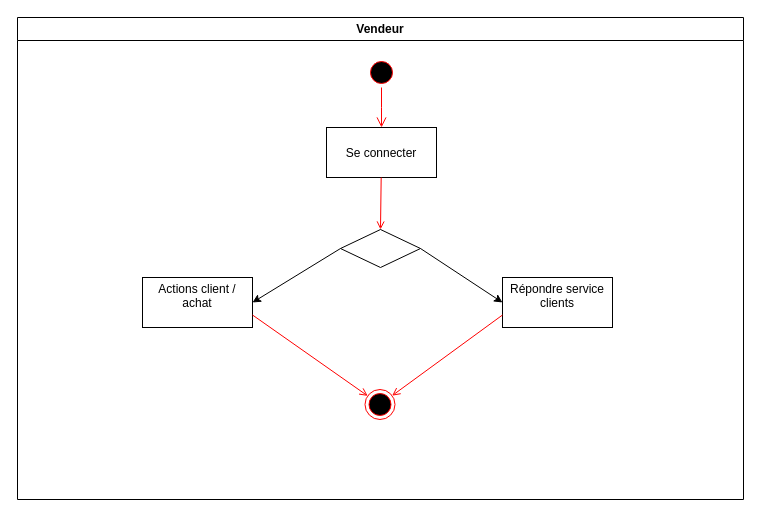
This is Activity vendeur.drawio from othman3492/p4uml, a draw.io file, before an edit. Source tidied: cells renumbered, new cells numbered last; positions are measured from the earlier drawing's top-left corner, leaving out a move shared by most shapes. Both pictures are drawn from the tidied source at 100%, with x=0, y=0 at pixel (17, 17).
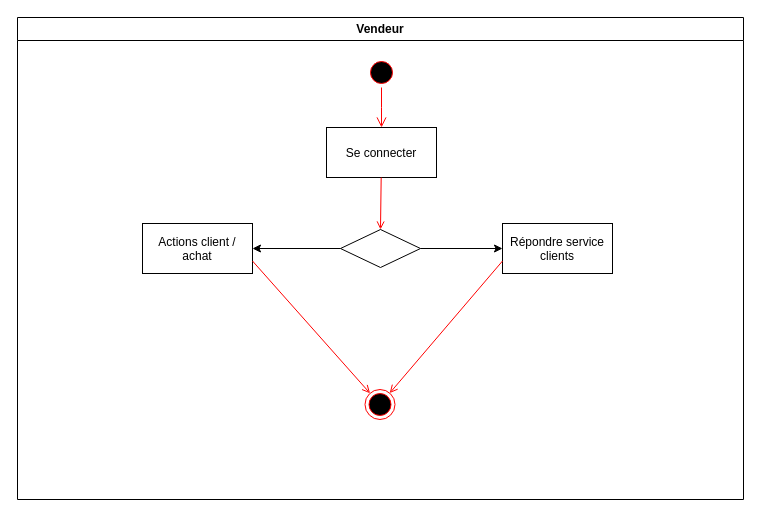
After the change.

What changed in the source:
```diff
@@
 <mxGraphModel background="#ffffff">
   <root>
     <mxCell id="0" />
     <mxCell id="1" parent="0" />
     <mxCell id="2" value="Vendeur" style="swimlane;whiteSpace=wrap;startSize=23;" parent="1" vertex="1">
       <mxGeometry width="726" height="482" as="geometry" />
     </mxCell>
     <mxCell id="3" style="ellipse;shape=startState;fillColor=#000000;strokeColor=#ff0000;" parent="2" vertex="1">
       <mxGeometry x="349" y="40" width="30" height="30" as="geometry" />
     </mxCell>
     <mxCell id="4" style="edgeStyle=elbowEdgeStyle;elbow=horizontal;verticalAlign=bottom;endArrow=open;endSize=8;strokeColor=#FF0000;endFill=1;rounded=0;" parent="2" edge="1" source="3" target="5">
       <mxGeometry x="349" y="40" as="geometry" />
     </mxCell>
     <mxCell id="5" value="Se connecter" parent="2" vertex="1">
       <mxGeometry x="309" y="110" width="110" height="50" as="geometry" />
     </mxCell>
     <mxCell id="6" style="endArrow=open;strokeColor=#FF0000;endFill=1;rounded=0;entryX=0.5;entryY=0;entryDx=0;entryDy=0;" parent="2" edge="1" source="5" target="8">
       <mxGeometry relative="1" as="geometry" />
     </mxCell>
-    <mxCell id="7" value="Actions client /&#10;achat&#10;" parent="2" vertex="1">
-      <mxGeometry x="125" y="260" width="110" height="50" as="geometry" />
+    <mxCell id="7" value="Actions client /&#10;achat" parent="2" vertex="1">
+      <mxGeometry x="125" y="206" width="110" height="50" as="geometry" />
     </mxCell>
     <mxCell id="8" style="rhombus;whiteSpace=wrap;html=1;" parent="2" vertex="1">
       <mxGeometry x="323" y="212" width="80" height="38" as="geometry" />
     </mxCell>
-    <mxCell id="9" value="Répondre service&#10;clients&#10;" parent="2" vertex="1">
-      <mxGeometry x="485" y="260" width="110" height="50" as="geometry" />
+    <mxCell id="9" value="Répondre service&#10;clients" parent="2" vertex="1">
+      <mxGeometry x="485" y="206" width="110" height="50" as="geometry" />
     </mxCell>
     <mxCell id="10" style="ellipse;html=1;shape=endState;fillColor=#000000;strokeColor=#ff0000;" parent="2" vertex="1">
       <mxGeometry x="347.5" y="372" width="30" height="30" as="geometry" />
     </mxCell>
     <mxCell id="11" style="endArrow=classic;html=1;exitX=0;exitY=0.5;exitDx=0;exitDy=0;entryX=1;entryY=0.5;entryDx=0;entryDy=0;" parent="2" edge="1" source="8" target="7">
       <mxGeometry relative="1" as="geometry" />
     </mxCell>
     <mxCell id="12" style="endArrow=classic;html=1;entryX=0;entryY=0.5;entryDx=0;entryDy=0;exitX=1;exitY=0.5;exitDx=0;exitDy=0;" parent="2" edge="1" source="8" target="9">
       <mxGeometry relative="1" as="geometry" />
     </mxCell>
     <mxCell id="13" style="endArrow=open;strokeColor=#FF0000;endFill=1;rounded=0;exitX=1;exitY=0.75;exitDx=0;exitDy=0;" parent="2" edge="1" source="7" target="10">
       <mxGeometry relative="1" as="geometry" />
     </mxCell>
     <mxCell id="14" style="endArrow=open;strokeColor=#FF0000;endFill=1;rounded=0;exitX=0;exitY=0.75;exitDx=0;exitDy=0;" parent="2" edge="1" source="9" target="10">
       <mxGeometry relative="1" as="geometry" />
     </mxCell>
   </root>
 </mxGraphModel>
```
